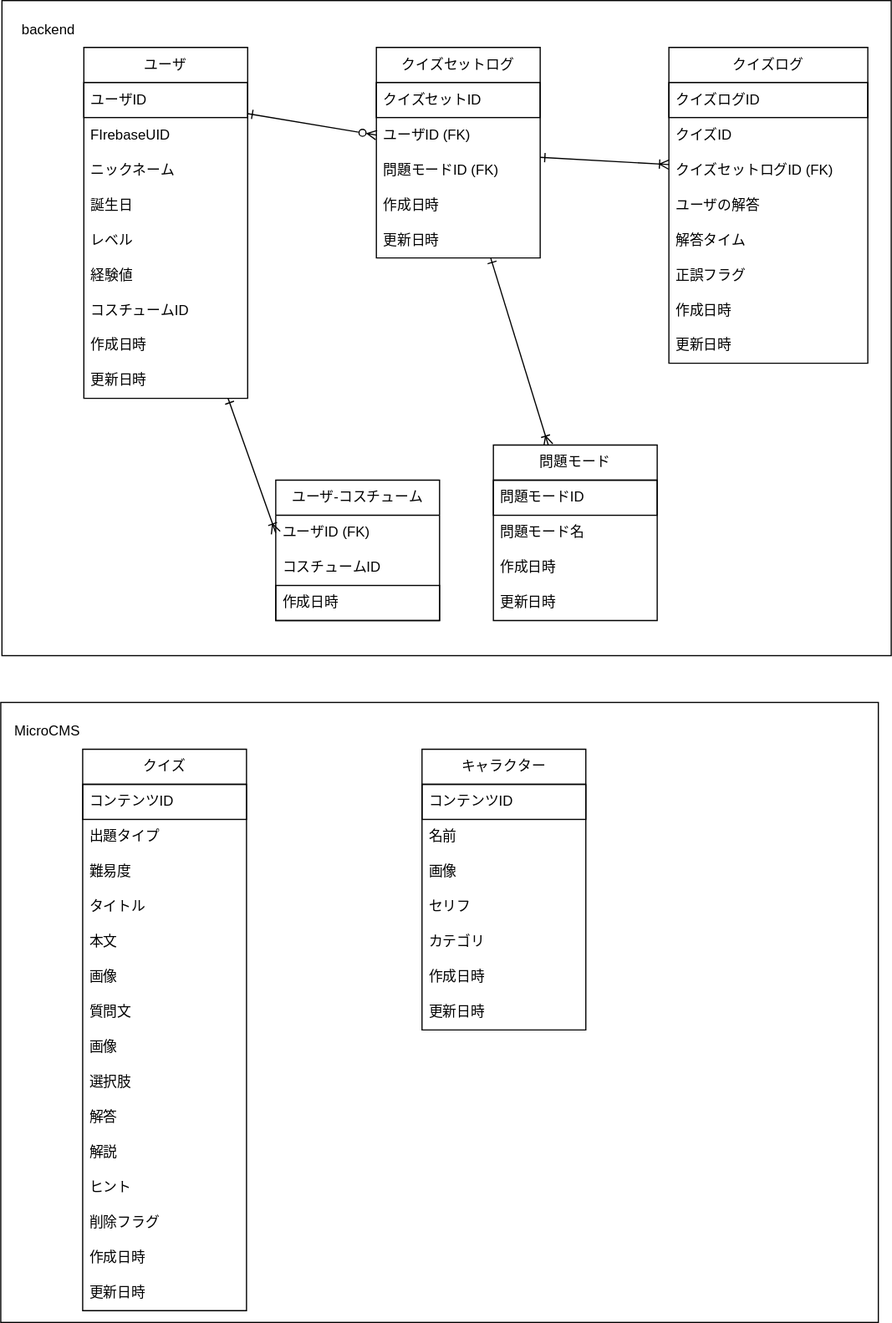
This is docs/db.drawio.svg from kouxi08/Hontokun-backend, a draw.io export, as it was before one commit. Source tidied: cells renumbered, new cells last; positions are measured from the earlier drawing's top-left corner, leaving out a move shared by most shapes.
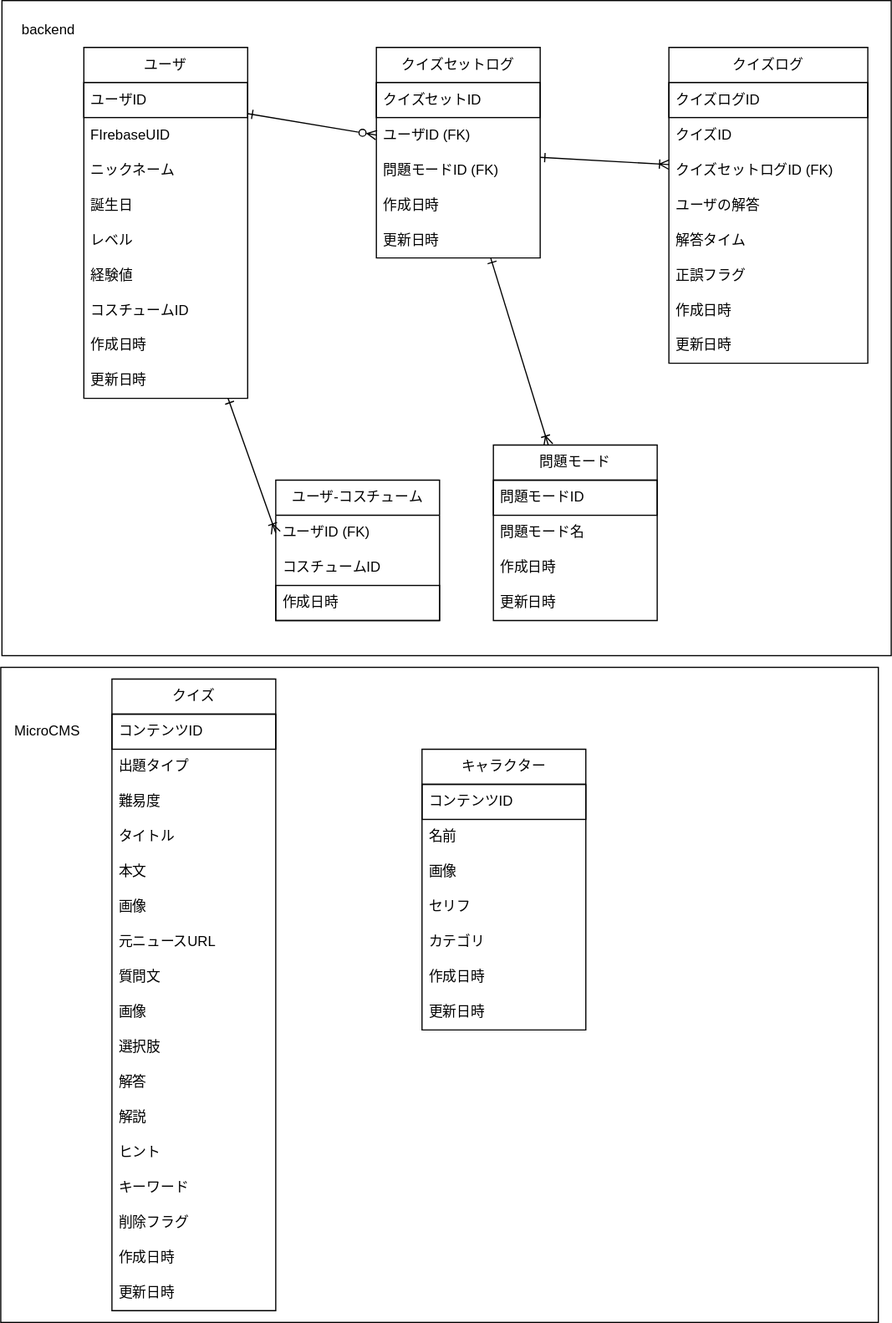
After the change.

Commit message:
[fix] refs 36 MicroCMSに元ニュースのURL・キーワードを追加する

Change to the diagram source:
```diff
@@ -3,7 +3,7 @@
     <mxCell id="0" />
     <mxCell id="1" parent="0" />
     <mxCell id="2" style="rounded=0;whiteSpace=wrap;html=1;" parent="1" vertex="1">
-      <mxGeometry y="600" width="750" height="530" as="geometry" />
+      <mxGeometry y="570" width="750" height="560" as="geometry" />
     </mxCell>
     <mxCell id="3" style="rounded=0;whiteSpace=wrap;html=1;fontStyle=1;" parent="1" vertex="1">
       <mxGeometry x="1" width="760" height="560" as="geometry" />
@@ -107,7 +107,7 @@
       <mxGeometry y="90" width="140" height="30" as="geometry" />
     </mxCell>
     <mxCell id="36" value="クイズ" style="swimlane;fontStyle=0;horizontal=1;startSize=30;whiteSpace=wrap;html=1;" parent="1" vertex="1">
-      <mxGeometry x="70" y="640" width="140" height="480" as="geometry" />
+      <mxGeometry x="95" y="580" width="140" height="540" as="geometry" />
     </mxCell>
     <mxCell id="37" value="コンテンツID" style="text;strokeColor=default;fillColor=none;align=left;verticalAlign=middle;spacingLeft=4;spacingRight=4;overflow=hidden;whiteSpace=wrap;html=1;" parent="36" vertex="1">
       <mxGeometry y="30" width="140" height="30" as="geometry" />
@@ -127,32 +127,38 @@
     <mxCell id="42" value="画像" style="text;strokeColor=none;fillColor=none;align=left;verticalAlign=middle;spacingLeft=4;spacingRight=4;overflow=hidden;whiteSpace=wrap;html=1;" parent="36" vertex="1">
       <mxGeometry y="180" width="140" height="30" as="geometry" />
     </mxCell>
+    <mxCell id="68" value="元ニュースURL" style="text;strokeColor=none;fillColor=none;align=left;verticalAlign=middle;spacingLeft=4;spacingRight=4;overflow=hidden;whiteSpace=wrap;html=1;" parent="36" vertex="1">
+      <mxGeometry y="210" width="140" height="30" as="geometry" />
+    </mxCell>
     <mxCell id="43" value="質問文" style="text;strokeColor=none;fillColor=none;align=left;verticalAlign=middle;spacingLeft=4;spacingRight=4;overflow=hidden;whiteSpace=wrap;html=1;" parent="36" vertex="1">
-      <mxGeometry y="210" width="140" height="30" as="geometry" />
+      <mxGeometry y="240" width="140" height="30" as="geometry" />
     </mxCell>
     <mxCell id="44" value="画像" style="text;strokeColor=none;fillColor=none;align=left;verticalAlign=middle;spacingLeft=4;spacingRight=4;overflow=hidden;whiteSpace=wrap;html=1;" parent="36" vertex="1">
-      <mxGeometry y="240" width="140" height="30" as="geometry" />
+      <mxGeometry y="270" width="140" height="30" as="geometry" />
     </mxCell>
     <mxCell id="45" value="選択肢" style="text;strokeColor=none;fillColor=none;align=left;verticalAlign=middle;spacingLeft=4;spacingRight=4;overflow=hidden;whiteSpace=wrap;html=1;" parent="36" vertex="1">
-      <mxGeometry y="270" width="140" height="30" as="geometry" />
+      <mxGeometry y="300" width="140" height="30" as="geometry" />
     </mxCell>
     <mxCell id="46" value="解答" style="text;strokeColor=none;fillColor=none;align=left;verticalAlign=middle;spacingLeft=4;spacingRight=4;overflow=hidden;whiteSpace=wrap;html=1;" parent="36" vertex="1">
-      <mxGeometry y="300" width="140" height="30" as="geometry" />
+      <mxGeometry y="330" width="140" height="30" as="geometry" />
     </mxCell>
     <mxCell id="47" value="解説" style="text;strokeColor=none;fillColor=none;align=left;verticalAlign=middle;spacingLeft=4;spacingRight=4;overflow=hidden;whiteSpace=wrap;html=1;" parent="36" vertex="1">
-      <mxGeometry y="330" width="140" height="30" as="geometry" />
+      <mxGeometry y="360" width="140" height="30" as="geometry" />
     </mxCell>
     <mxCell id="48" value="ヒント" style="text;strokeColor=none;fillColor=none;align=left;verticalAlign=middle;spacingLeft=4;spacingRight=4;overflow=hidden;whiteSpace=wrap;html=1;" parent="36" vertex="1">
-      <mxGeometry y="360" width="140" height="30" as="geometry" />
+      <mxGeometry y="390" width="140" height="30" as="geometry" />
     </mxCell>
+    <mxCell id="69" value="キーワード" style="text;strokeColor=none;fillColor=none;align=left;verticalAlign=middle;spacingLeft=4;spacingRight=4;overflow=hidden;whiteSpace=wrap;html=1;" parent="36" vertex="1">
+      <mxGeometry y="420" width="140" height="30" as="geometry" />
+    </mxCell>
     <mxCell id="49" value="削除フラグ" style="text;strokeColor=none;fillColor=none;align=left;verticalAlign=middle;spacingLeft=4;spacingRight=4;overflow=hidden;whiteSpace=wrap;html=1;" parent="36" vertex="1">
-      <mxGeometry y="390" width="140" height="30" as="geometry" />
+      <mxGeometry y="450" width="140" height="30" as="geometry" />
     </mxCell>
     <mxCell id="50" value="作成日時" style="text;strokeColor=none;fillColor=none;align=left;verticalAlign=middle;spacingLeft=4;spacingRight=4;overflow=hidden;whiteSpace=wrap;html=1;" parent="36" vertex="1">
-      <mxGeometry y="420" width="140" height="30" as="geometry" />
+      <mxGeometry y="480" width="140" height="30" as="geometry" />
     </mxCell>
     <mxCell id="51" value="更新日時" style="text;strokeColor=none;fillColor=none;align=left;verticalAlign=middle;spacingLeft=4;spacingRight=4;overflow=hidden;whiteSpace=wrap;html=1;" parent="36" vertex="1">
-      <mxGeometry y="450" width="140" height="30" as="geometry" />
+      <mxGeometry y="510" width="140" height="30" as="geometry" />
     </mxCell>
     <mxCell id="52" value="キャラクター" style="swimlane;fontStyle=0;horizontal=1;startSize=30;whiteSpace=wrap;html=1;" parent="1" vertex="1">
       <mxGeometry x="360" y="640" width="140" height="240" as="geometry" />
```
